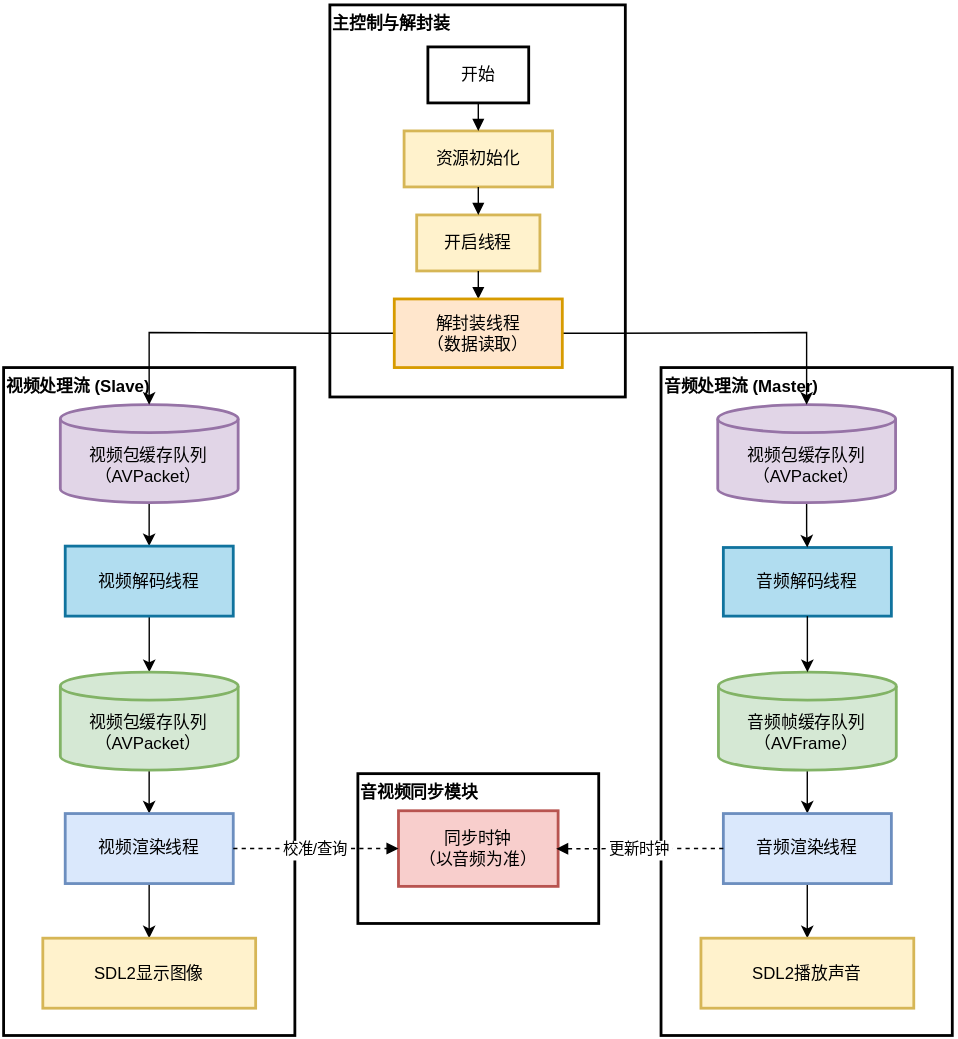
The draw.io diagram docs/assets/pic2-basic_architecture.svg in Ko-vey/SDLplayerCore, before a commit. Source tidied: cells renumbered, new cells last; positions are measured from the earlier drawing's top-left corner, leaving out a move shared by most shapes.
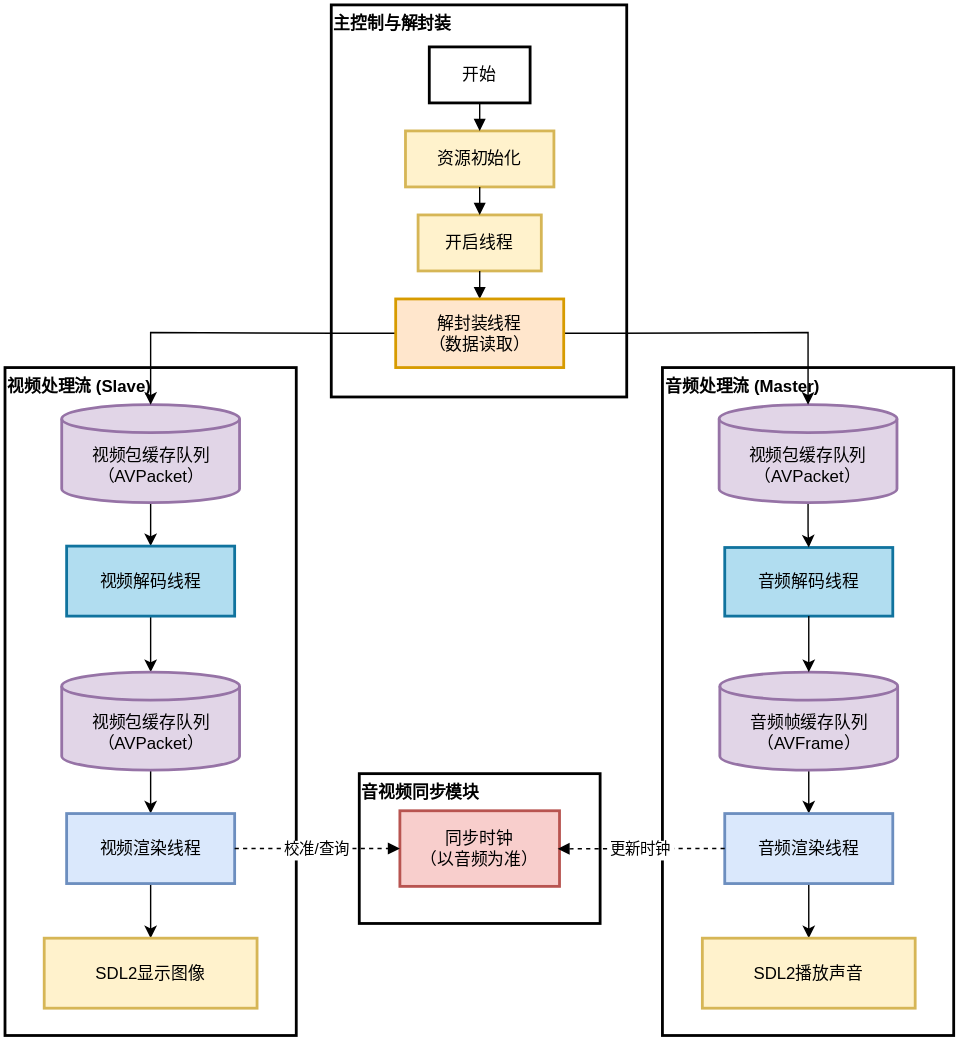
Above is the later version.

Commit message:
更新基础架构图

The edit, as a diff of the source:
```diff
@@ -59,7 +59,7 @@
     <mxCell id="20" style="edgeStyle=orthogonalEdgeStyle;rounded=0;jettySize=auto;html=1;" parent="1" edge="1" source="21" target="29">
       <mxGeometry relative="1" as="geometry" />
     </mxCell>
-    <mxCell id="21" value="视频包缓存队列&#10;（AVPacket）" style="shape=cylinder3;boundedLbl=1;backgroundOutline=1;size=10;strokeWidth=2;whiteSpace=wrap;fillColor=#d5e8d4;strokeColor=#82b366;" parent="1" vertex="1">
+    <mxCell id="21" value="视频包缓存队列&#10;（AVPacket）" style="shape=cylinder3;boundedLbl=1;backgroundOutline=1;size=10;strokeWidth=2;whiteSpace=wrap;fillColor=#e1d5e7;strokeColor=#9673a6;" parent="1" vertex="1">
       <mxGeometry x="40.5" y="476.5" width="127" height="70" as="geometry" />
     </mxCell>
     <mxCell id="22" style="edgeStyle=orthogonalEdgeStyle;rounded=0;jettySize=auto;html=1;" parent="1" edge="1" source="24" target="19">
@@ -84,7 +84,7 @@
     <mxCell id="25" style="edgeStyle=orthogonalEdgeStyle;rounded=0;jettySize=auto;html=1;" parent="1" edge="1" source="26" target="31">
       <mxGeometry relative="1" as="geometry" />
     </mxCell>
-    <mxCell id="26" value="音频帧缓存队列&#10;（AVFrame）" style="shape=cylinder3;boundedLbl=1;backgroundOutline=1;size=10;strokeWidth=2;whiteSpace=wrap;fillColor=#d5e8d4;strokeColor=#82b366;" parent="1" vertex="1">
+    <mxCell id="26" value="音频帧缓存队列&#10;（AVFrame）" style="shape=cylinder3;boundedLbl=1;backgroundOutline=1;size=10;strokeWidth=2;whiteSpace=wrap;fillColor=#e1d5e7;strokeColor=#9673a6;" parent="1" vertex="1">
       <mxGeometry x="510.5" y="476.5" width="127" height="70" as="geometry" />
     </mxCell>
     <mxCell id="27" style="edgeStyle=orthogonalEdgeStyle;rounded=0;jettySize=auto;html=1;entryX=0.5;entryY=0;entryDx=0;entryDy=0;entryPerimeter=0;" parent="1" edge="1" source="14" target="26">
```
